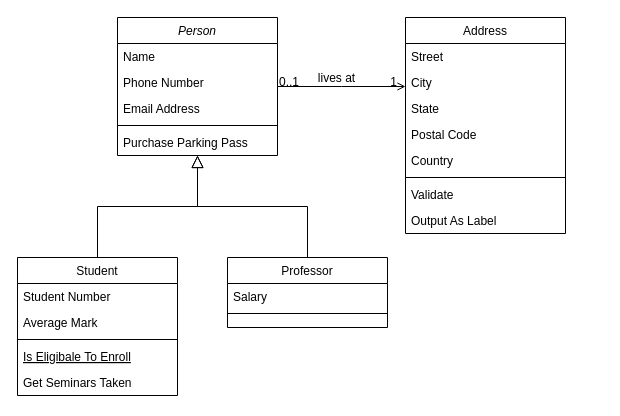
Earlier version of the draw.io diagram UML/Class Diagram.drawio (Yaimuu/SIR_Project). Source tidied: cells renumbered, new cells numbered last; positions are measured from the earlier drawing's top-left corner, leaving out a move shared by most shapes. Both pictures are drawn from the tidied source at 100%, with x=0, y=0 at pixel (17, 17).
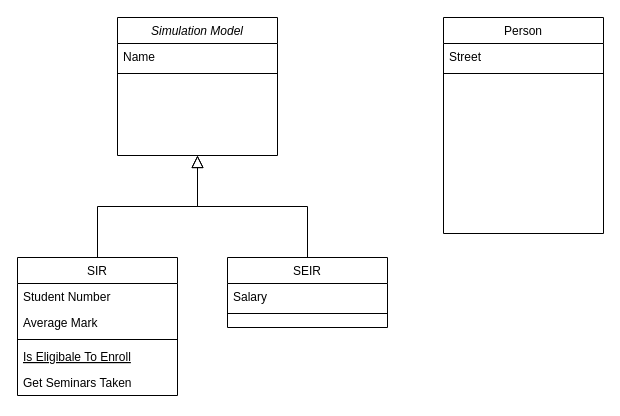
After the change.

What changed in the source:
```diff
@@
-    <mxCell id="2" value="Person" style="swimlane;fontStyle=2;align=center;verticalAlign=top;horizontal=1;startSize=26;rounded=0;shadow=0;strokeWidth=1;" parent="1" vertex="1">
+    <mxCell id="2" value="Simulation Model" style="swimlane;fontStyle=2;align=center;verticalAlign=top;horizontal=1;startSize=26;rounded=0;shadow=0;strokeWidth=1;" parent="1" vertex="1">
       <mxGeometry x="100" width="160" height="138" as="geometry" />
     </mxCell>
@@
-    <mxCell id="4" value="Phone Number" style="text;align=left;verticalAlign=top;spacingLeft=4;spacingRight=4;overflow=hidden;rounded=0;shadow=0;html=0;" parent="2" vertex="1">
-      <mxGeometry y="52" width="160" height="26" as="geometry" />
-    </mxCell>
-    <mxCell id="5" value="Email Address" style="text;align=left;verticalAlign=top;spacingLeft=4;spacingRight=4;overflow=hidden;rounded=0;shadow=0;html=0;" parent="2" vertex="1">
-      <mxGeometry y="78" width="160" height="26" as="geometry" />
-    </mxCell>
     <mxCell id="6" style="line;html=1;strokeWidth=1;align=left;verticalAlign=middle;spacingTop=-1;spacingLeft=3;spacingRight=3;labelPosition=right;" parent="2" vertex="1">
-      <mxGeometry y="104" width="160" height="8" as="geometry" />
+      <mxGeometry y="52" width="160" height="8" as="geometry" />
     </mxCell>
-    <mxCell id="7" value="Purchase Parking Pass" style="text;align=left;verticalAlign=top;spacingLeft=4;spacingRight=4;overflow=hidden;" parent="2" vertex="1">
-      <mxGeometry y="112" width="160" height="26" as="geometry" />
-    </mxCell>
-    <mxCell id="8" value="Student" style="swimlane;fontStyle=0;align=center;verticalAlign=top;horizontal=1;startSize=26;rounded=0;shadow=0;strokeWidth=1;" parent="1" vertex="1">
+    <mxCell id="8" value="SIR" style="swimlane;fontStyle=0;align=center;verticalAlign=top;horizontal=1;startSize=26;rounded=0;shadow=0;strokeWidth=1;" parent="1" vertex="1">
       <mxGeometry y="240" width="160" height="138" as="geometry" />
     </mxCell>
@@
-    <mxCell id="15" value="Professor" style="swimlane;fontStyle=0;align=center;verticalAlign=top;horizontal=1;startSize=26;rounded=0;shadow=0;strokeWidth=1;" parent="1" vertex="1">
+    <mxCell id="15" value="SEIR" style="swimlane;fontStyle=0;align=center;verticalAlign=top;horizontal=1;startSize=26;rounded=0;shadow=0;strokeWidth=1;" parent="1" vertex="1">
       <mxGeometry x="210" y="240" width="160" height="70" as="geometry" />
     </mxCell>
@@
-    <mxCell id="19" value="Address" style="swimlane;fontStyle=0;align=center;verticalAlign=top;horizontal=1;startSize=26;rounded=0;shadow=0;strokeWidth=1;" parent="1" vertex="1">
-      <mxGeometry x="388" width="160" height="216" as="geometry" />
+    <mxCell id="19" value="Person" style="swimlane;fontStyle=0;align=center;verticalAlign=top;horizontal=1;startSize=26;rounded=0;shadow=0;strokeWidth=1;" parent="1" vertex="1">
+      <mxGeometry x="426" width="160" height="216" as="geometry" />
     </mxCell>
@@
-    <mxCell id="21" value="City" style="text;align=left;verticalAlign=top;spacingLeft=4;spacingRight=4;overflow=hidden;rounded=0;shadow=0;html=0;" parent="19" vertex="1">
-      <mxGeometry y="52" width="160" height="26" as="geometry" />
-    </mxCell>
-    <mxCell id="22" value="State" style="text;align=left;verticalAlign=top;spacingLeft=4;spacingRight=4;overflow=hidden;rounded=0;shadow=0;html=0;" parent="19" vertex="1">
-      <mxGeometry y="78" width="160" height="26" as="geometry" />
-    </mxCell>
-    <mxCell id="23" value="Postal Code" style="text;align=left;verticalAlign=top;spacingLeft=4;spacingRight=4;overflow=hidden;rounded=0;shadow=0;html=0;" parent="19" vertex="1">
-      <mxGeometry y="104" width="160" height="26" as="geometry" />
-    </mxCell>
-    <mxCell id="24" value="Country" style="text;align=left;verticalAlign=top;spacingLeft=4;spacingRight=4;overflow=hidden;rounded=0;shadow=0;html=0;" parent="19" vertex="1">
-      <mxGeometry y="130" width="160" height="26" as="geometry" />
-    </mxCell>
     <mxCell id="25" style="line;html=1;strokeWidth=1;align=left;verticalAlign=middle;spacingTop=-1;spacingLeft=3;spacingRight=3;labelPosition=right;" parent="19" vertex="1">
-      <mxGeometry y="156" width="160" height="8" as="geometry" />
+      <mxGeometry y="52" width="160" height="8" as="geometry" />
     </mxCell>
-    <mxCell id="26" value="Validate" style="text;align=left;verticalAlign=top;spacingLeft=4;spacingRight=4;overflow=hidden;" parent="19" vertex="1">
-      <mxGeometry y="164" width="160" height="26" as="geometry" />
-    </mxCell>
-    <mxCell id="27" value="Output As Label" style="text;align=left;verticalAlign=top;spacingLeft=4;spacingRight=4;overflow=hidden;" parent="19" vertex="1">
-      <mxGeometry y="190" width="160" height="26" as="geometry" />
-    </mxCell>
-    <mxCell id="28" style="endArrow=open;shadow=0;strokeWidth=1;rounded=0;endFill=1;edgeStyle=elbowEdgeStyle;elbow=vertical;" parent="1" edge="1" source="2" target="19">
-      <mxGeometry x="0.5" y="41" relative="1" as="geometry">
-        <mxPoint x="-40" y="32" as="offset" />
-      </mxGeometry>
-    </mxCell>
-    <mxCell id="29" value="0..1" style="align=left;verticalAlign=bottom;labelBackgroundColor=none;fontSize=12;" parent="28" vertex="1">
-      <mxGeometry x="-1" relative="1" as="geometry">
-        <mxPoint y="4" as="offset" />
-      </mxGeometry>
-    </mxCell>
-    <mxCell id="30" value="1" style="align=right;verticalAlign=bottom;labelBackgroundColor=none;fontSize=12;" parent="28" vertex="1">
-      <mxGeometry x="1" relative="1" as="geometry">
-        <mxPoint x="-7" y="4" as="offset" />
-      </mxGeometry>
-    </mxCell>
-    <mxCell id="31" value="lives at" style="text;html=1;align=center;verticalAlign=middle;labelBackgroundColor=none;rounded=0;shadow=0;strokeWidth=1;fontSize=12;" parent="28" vertex="1">
-      <mxGeometry x="0.5" y="49" relative="1" as="geometry">
-        <mxPoint x="-38" y="40" as="offset" />
-      </mxGeometry>
-    </mxCell>
```
